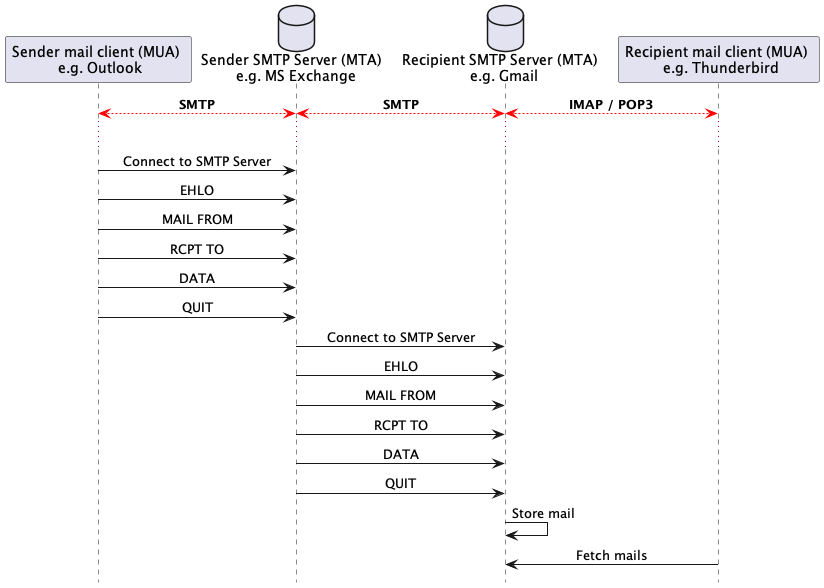
heig-vd-dai-course/heig-vd-dai-course keeps this PlantUML diagram as 05.03-smtp-and-ncat/01-course-material/images/a-focus-on-the-smtp-protocol-2.png. Above is the earlier version. Its source is kept beside it as 05.03-smtp-and-ncat/01-course-material/images/a-focus-on-the-smtp-protocol-2.plantuml. The source it was exported from:
```plantuml
@startuml a-focus-on-the-smtp-protocol
skinparam sequenceMessageAlign center
!pragma teoz true
hide footbox

participant "Sender mail client (MUA) \n e.g. Outlook" as ClientApp
Database "Sender SMTP Server (MTA) \n e.g. MS Exchange" as SMTPServer
Database "Recipient SMTP Server (MTA) \n e.g. Gmail" as SMTPServer2
participant "Recipient mail client (MUA) \n e.g. Thunderbird" as ClientApp2

ClientApp <-[#red]-> SMTPServer: **SMTP**
& SMTPServer <-[#red]-> SMTPServer2: **SMTP**
& SMTPServer2 <-[#red]-> ClientApp2: **IMAP / POP3**

...

ClientApp -> SMTPServer: Connect to SMTP Server
ClientApp -> SMTPServer: EHLO
ClientApp -> SMTPServer: MAIL FROM
ClientApp -> SMTPServer: RCPT TO
ClientApp -> SMTPServer: DATA
ClientApp -> SMTPServer: QUIT

SMTPServer -> SMTPServer2: Connect to SMTP Server
SMTPServer -> SMTPServer2: EHLO
SMTPServer -> SMTPServer2: MAIL FROM
SMTPServer -> SMTPServer2: RCPT TO
SMTPServer -> SMTPServer2: DATA
SMTPServer -> SMTPServer2: QUIT

SMTPServer2 -> SMTPServer2: Store mail

ClientApp2 -> SMTPServer2: Fetch mails

@enduml
```
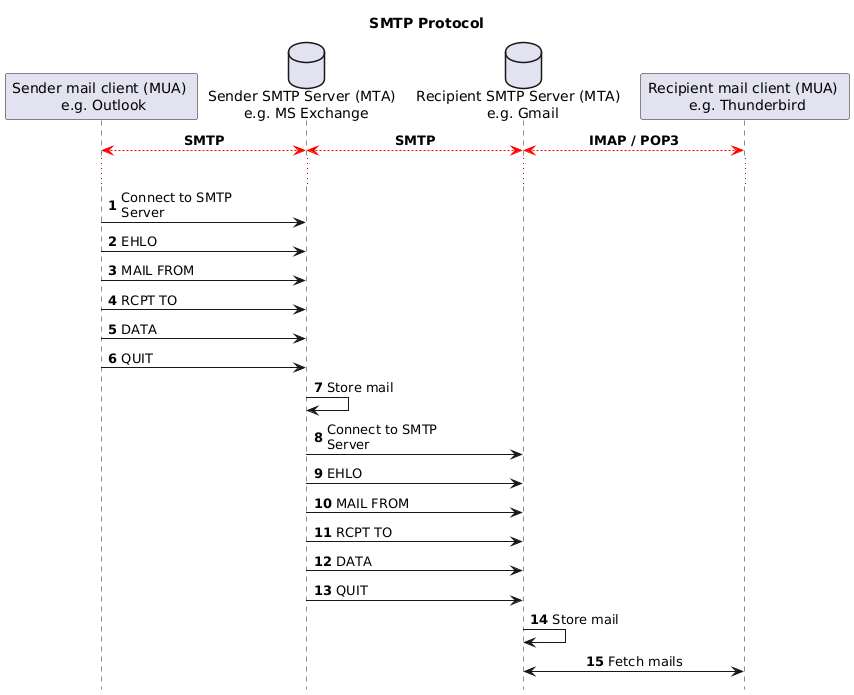
After the commit.

The edit, as a diff of the source:
```diff
@@ -1,35 +1,49 @@
 @startuml a-focus-on-the-smtp-protocol
-skinparam sequenceMessageAlign center
-!pragma teoz true
+skinparam boxPadding 100
+skinparam maxMessageSize 150
+skinparam noteTextAlignment center
+skinparam sequenceMessageAlign direction
+skinparam wrapWidth 250
+autonumber
 hide footbox
 
-participant "Sender mail client (MUA) \n e.g. Outlook" as ClientApp
-Database "Sender SMTP Server (MTA) \n e.g. MS Exchange" as SMTPServer
+!pragma teoz true
+
+title "SMTP Protocol"
+
+participant "Sender mail client (MUA) \n e.g. Outlook" as ClientApp1
+Database "Sender SMTP Server (MTA) \n e.g. MS Exchange" as SMTPServer1
 Database "Recipient SMTP Server (MTA) \n e.g. Gmail" as SMTPServer2
 participant "Recipient mail client (MUA) \n e.g. Thunderbird" as ClientApp2
 
-ClientApp <-[#red]-> SMTPServer: **SMTP**
-& SMTPServer <-[#red]-> SMTPServer2: **SMTP**
+autonumber stop
+
+ClientApp1 <-[#red]-> SMTPServer1: **SMTP**
+& SMTPServer1 <-[#red]-> SMTPServer2: **SMTP**
 & SMTPServer2 <-[#red]-> ClientApp2: **IMAP / POP3**
+
+autonumber resume
 
 ...
 
-ClientApp -> SMTPServer: Connect to SMTP Server
-ClientApp -> SMTPServer: EHLO
-ClientApp -> SMTPServer: MAIL FROM
-ClientApp -> SMTPServer: RCPT TO
-ClientApp -> SMTPServer: DATA
-ClientApp -> SMTPServer: QUIT
+ClientApp1 -> SMTPServer1: Connect to SMTP Server
+ClientApp1 -> SMTPServer1: EHLO
+ClientApp1 -> SMTPServer1: MAIL FROM
+ClientApp1 -> SMTPServer1: RCPT TO
+ClientApp1 -> SMTPServer1: DATA
+ClientApp1 -> SMTPServer1: QUIT
 
-SMTPServer -> SMTPServer2: Connect to SMTP Server
-SMTPServer -> SMTPServer2: EHLO
-SMTPServer -> SMTPServer2: MAIL FROM
-SMTPServer -> SMTPServer2: RCPT TO
-SMTPServer -> SMTPServer2: DATA
-SMTPServer -> SMTPServer2: QUIT
+SMTPServer1 -> SMTPServer1: Store mail
+
+SMTPServer1 -> SMTPServer2: Connect to SMTP Server
+SMTPServer1 -> SMTPServer2: EHLO
+SMTPServer1 -> SMTPServer2: MAIL FROM
+SMTPServer1 -> SMTPServer2: RCPT TO
+SMTPServer1 -> SMTPServer2: DATA
+SMTPServer1 -> SMTPServer2: QUIT
 
 SMTPServer2 -> SMTPServer2: Store mail
 
-ClientApp2 -> SMTPServer2: Fetch mails
+ClientApp2 <-> SMTPServer2: Fetch mails
 
 @enduml
```
